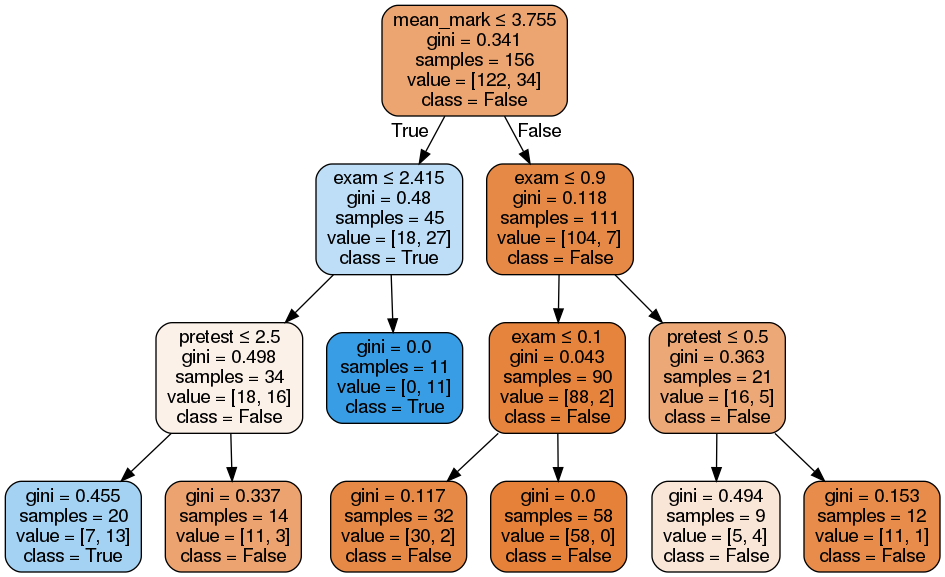
Earlier version of the Graphviz export Wounderful_tree.png (ArtemCoolAc/Diploma). Its source is kept beside it as Wounderful_tree.dot. Its diagram source:
```dot
digraph Tree {
node [shape=box, style="filled, rounded", color="black", fontname=helvetica] ;
edge [fontname=helvetica] ;
0 [label=<mean_mark &le; 3.755<br/>gini = 0.341<br/>samples = 156<br/>value = [122, 34]<br/>class = False>, fillcolor="#eca470"] ;
1 [label=<exam &le; 2.415<br/>gini = 0.48<br/>samples = 45<br/>value = [18, 27]<br/>class = True>, fillcolor="#bddef6"] ;
0 -> 1 [labeldistance=2.5, labelangle=45, headlabel="True"] ;
2 [label=<pretest &le; 2.5<br/>gini = 0.498<br/>samples = 34<br/>value = [18, 16]<br/>class = False>, fillcolor="#fcf1e9"] ;
1 -> 2 ;
3 [label=<gini = 0.455<br/>samples = 20<br/>value = [7, 13]<br/>class = True>, fillcolor="#a4d2f3"] ;
2 -> 3 ;
4 [label=<gini = 0.337<br/>samples = 14<br/>value = [11, 3]<br/>class = False>, fillcolor="#eca36f"] ;
2 -> 4 ;
5 [label=<gini = 0.0<br/>samples = 11<br/>value = [0, 11]<br/>class = True>, fillcolor="#399de5"] ;
1 -> 5 ;
6 [label=<exam &le; 0.9<br/>gini = 0.118<br/>samples = 111<br/>value = [104, 7]<br/>class = False>, fillcolor="#e78946"] ;
0 -> 6 [labeldistance=2.5, labelangle=-45, headlabel="False"] ;
7 [label=<exam &le; 0.1<br/>gini = 0.043<br/>samples = 90<br/>value = [88, 2]<br/>class = False>, fillcolor="#e6843d"] ;
6 -> 7 ;
8 [label=<gini = 0.117<br/>samples = 32<br/>value = [30, 2]<br/>class = False>, fillcolor="#e78946"] ;
7 -> 8 ;
9 [label=<gini = 0.0<br/>samples = 58<br/>value = [58, 0]<br/>class = False>, fillcolor="#e58139"] ;
7 -> 9 ;
10 [label=<pretest &le; 0.5<br/>gini = 0.363<br/>samples = 21<br/>value = [16, 5]<br/>class = False>, fillcolor="#eda877"] ;
6 -> 10 ;
11 [label=<gini = 0.494<br/>samples = 9<br/>value = [5, 4]<br/>class = False>, fillcolor="#fae6d7"] ;
10 -> 11 ;
12 [label=<gini = 0.153<br/>samples = 12<br/>value = [11, 1]<br/>class = False>, fillcolor="#e78c4b"] ;
10 -> 12 ;
}
```
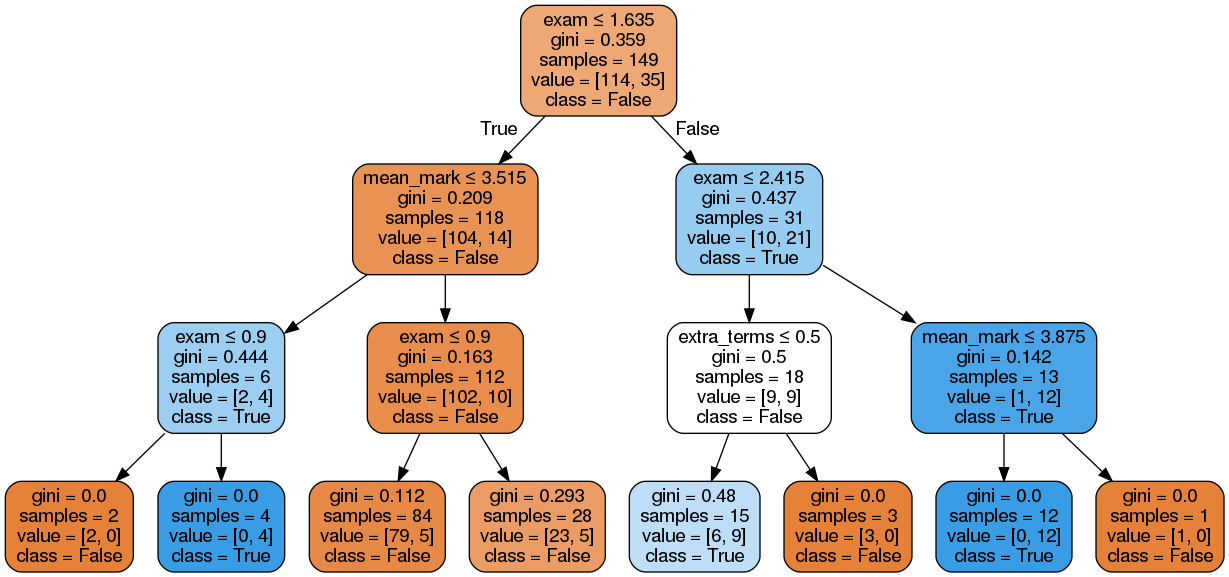
Later version of the same file.

What changed in the source:
```diff
@@ -1,29 +1,33 @@
 digraph Tree {
 node [shape=box, style="filled, rounded", color="black", fontname=helvetica] ;
 edge [fontname=helvetica] ;
-0 [label=<mean_mark &le; 3.755<br/>gini = 0.341<br/>samples = 156<br/>value = [122, 34]<br/>class = False>, fillcolor="#eca470"] ;
-1 [label=<exam &le; 2.415<br/>gini = 0.48<br/>samples = 45<br/>value = [18, 27]<br/>class = True>, fillcolor="#bddef6"] ;
+0 [label=<exam &le; 1.635<br/>gini = 0.359<br/>samples = 149<br/>value = [114, 35]<br/>class = False>, fillcolor="#eda876"] ;
+1 [label=<mean_mark &le; 3.515<br/>gini = 0.209<br/>samples = 118<br/>value = [104, 14]<br/>class = False>, fillcolor="#e89254"] ;
 0 -> 1 [labeldistance=2.5, labelangle=45, headlabel="True"] ;
-2 [label=<pretest &le; 2.5<br/>gini = 0.498<br/>samples = 34<br/>value = [18, 16]<br/>class = False>, fillcolor="#fcf1e9"] ;
+2 [label=<exam &le; 0.9<br/>gini = 0.444<br/>samples = 6<br/>value = [2, 4]<br/>class = True>, fillcolor="#9ccef2"] ;
 1 -> 2 ;
-3 [label=<gini = 0.455<br/>samples = 20<br/>value = [7, 13]<br/>class = True>, fillcolor="#a4d2f3"] ;
+3 [label=<gini = 0.0<br/>samples = 2<br/>value = [2, 0]<br/>class = False>, fillcolor="#e58139"] ;
 2 -> 3 ;
-4 [label=<gini = 0.337<br/>samples = 14<br/>value = [11, 3]<br/>class = False>, fillcolor="#eca36f"] ;
+4 [label=<gini = 0.0<br/>samples = 4<br/>value = [0, 4]<br/>class = True>, fillcolor="#399de5"] ;
 2 -> 4 ;
-5 [label=<gini = 0.0<br/>samples = 11<br/>value = [0, 11]<br/>class = True>, fillcolor="#399de5"] ;
+5 [label=<exam &le; 0.9<br/>gini = 0.163<br/>samples = 112<br/>value = [102, 10]<br/>class = False>, fillcolor="#e88d4c"] ;
 1 -> 5 ;
-6 [label=<exam &le; 0.9<br/>gini = 0.118<br/>samples = 111<br/>value = [104, 7]<br/>class = False>, fillcolor="#e78946"] ;
-0 -> 6 [labeldistance=2.5, labelangle=-45, headlabel="False"] ;
-7 [label=<exam &le; 0.1<br/>gini = 0.043<br/>samples = 90<br/>value = [88, 2]<br/>class = False>, fillcolor="#e6843d"] ;
-6 -> 7 ;
-8 [label=<gini = 0.117<br/>samples = 32<br/>value = [30, 2]<br/>class = False>, fillcolor="#e78946"] ;
-7 -> 8 ;
-9 [label=<gini = 0.0<br/>samples = 58<br/>value = [58, 0]<br/>class = False>, fillcolor="#e58139"] ;
-7 -> 9 ;
-10 [label=<pretest &le; 0.5<br/>gini = 0.363<br/>samples = 21<br/>value = [16, 5]<br/>class = False>, fillcolor="#eda877"] ;
-6 -> 10 ;
-11 [label=<gini = 0.494<br/>samples = 9<br/>value = [5, 4]<br/>class = False>, fillcolor="#fae6d7"] ;
-10 -> 11 ;
-12 [label=<gini = 0.153<br/>samples = 12<br/>value = [11, 1]<br/>class = False>, fillcolor="#e78c4b"] ;
-10 -> 12 ;
+6 [label=<gini = 0.112<br/>samples = 84<br/>value = [79, 5]<br/>class = False>, fillcolor="#e78946"] ;
+5 -> 6 ;
+7 [label=<gini = 0.293<br/>samples = 28<br/>value = [23, 5]<br/>class = False>, fillcolor="#eb9c64"] ;
+5 -> 7 ;
+8 [label=<exam &le; 2.415<br/>gini = 0.437<br/>samples = 31<br/>value = [10, 21]<br/>class = True>, fillcolor="#97ccf1"] ;
+0 -> 8 [labeldistance=2.5, labelangle=-45, headlabel="False"] ;
+9 [label=<extra_terms &le; 0.5<br/>gini = 0.5<br/>samples = 18<br/>value = [9, 9]<br/>class = False>, fillcolor="#ffffff"] ;
+8 -> 9 ;
+10 [label=<gini = 0.48<br/>samples = 15<br/>value = [6, 9]<br/>class = True>, fillcolor="#bddef6"] ;
+9 -> 10 ;
+11 [label=<gini = 0.0<br/>samples = 3<br/>value = [3, 0]<br/>class = False>, fillcolor="#e58139"] ;
+9 -> 11 ;
+12 [label=<mean_mark &le; 3.875<br/>gini = 0.142<br/>samples = 13<br/>value = [1, 12]<br/>class = True>, fillcolor="#49a5e7"] ;
+8 -> 12 ;
+13 [label=<gini = 0.0<br/>samples = 12<br/>value = [0, 12]<br/>class = True>, fillcolor="#399de5"] ;
+12 -> 13 ;
+14 [label=<gini = 0.0<br/>samples = 1<br/>value = [1, 0]<br/>class = False>, fillcolor="#e58139"] ;
+12 -> 14 ;
 }
```
